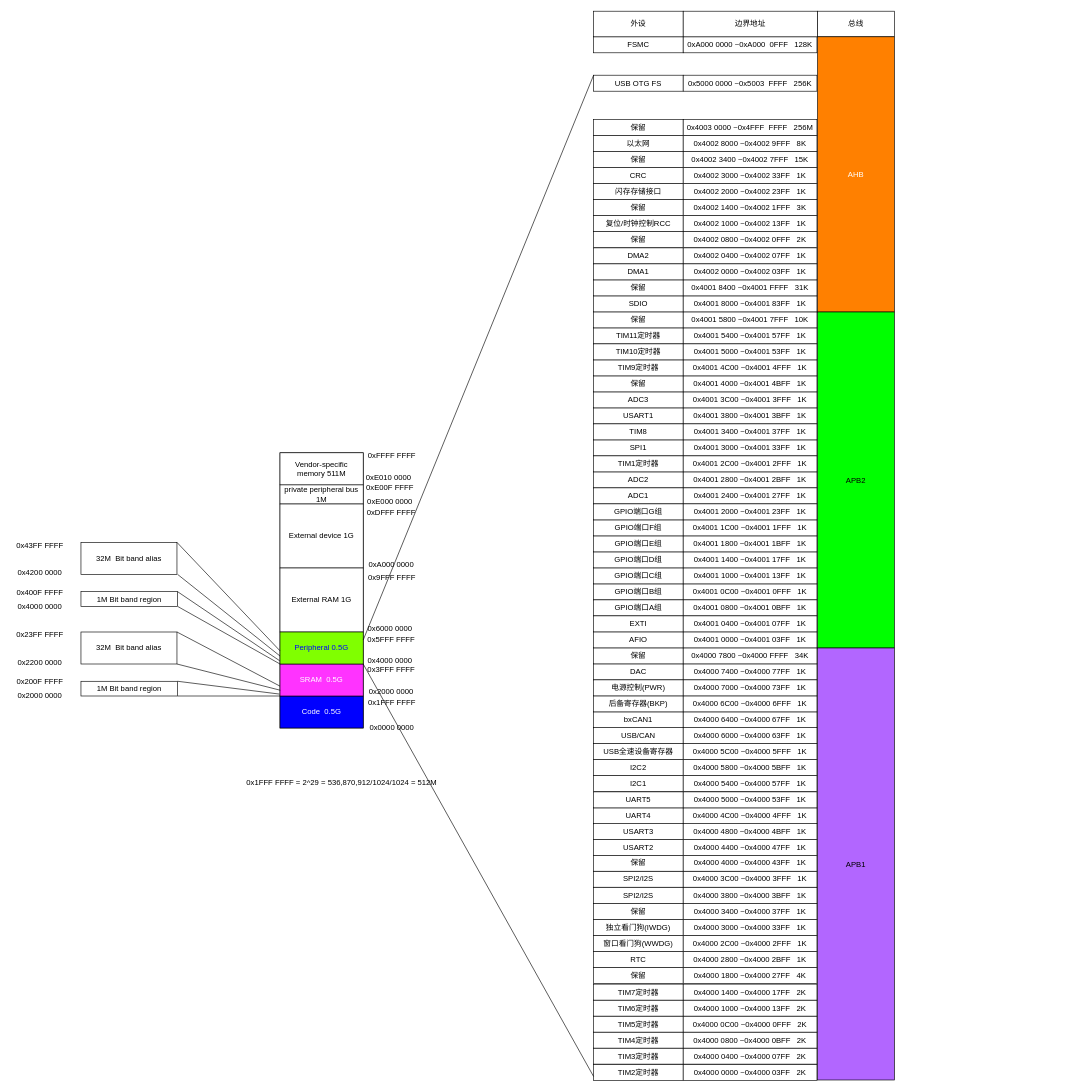
fengsh998/pics keeps this draw.io diagram as memory.drawio. Above is the earlier version. Source tidied: cells renumbered, new cells numbered last; positions are measured from the earlier drawing's top-left corner, leaving out a move shared by most shapes. Both pictures are drawn from the tidied source at 64%, with x=0, y=0 at pixel (11, 11).
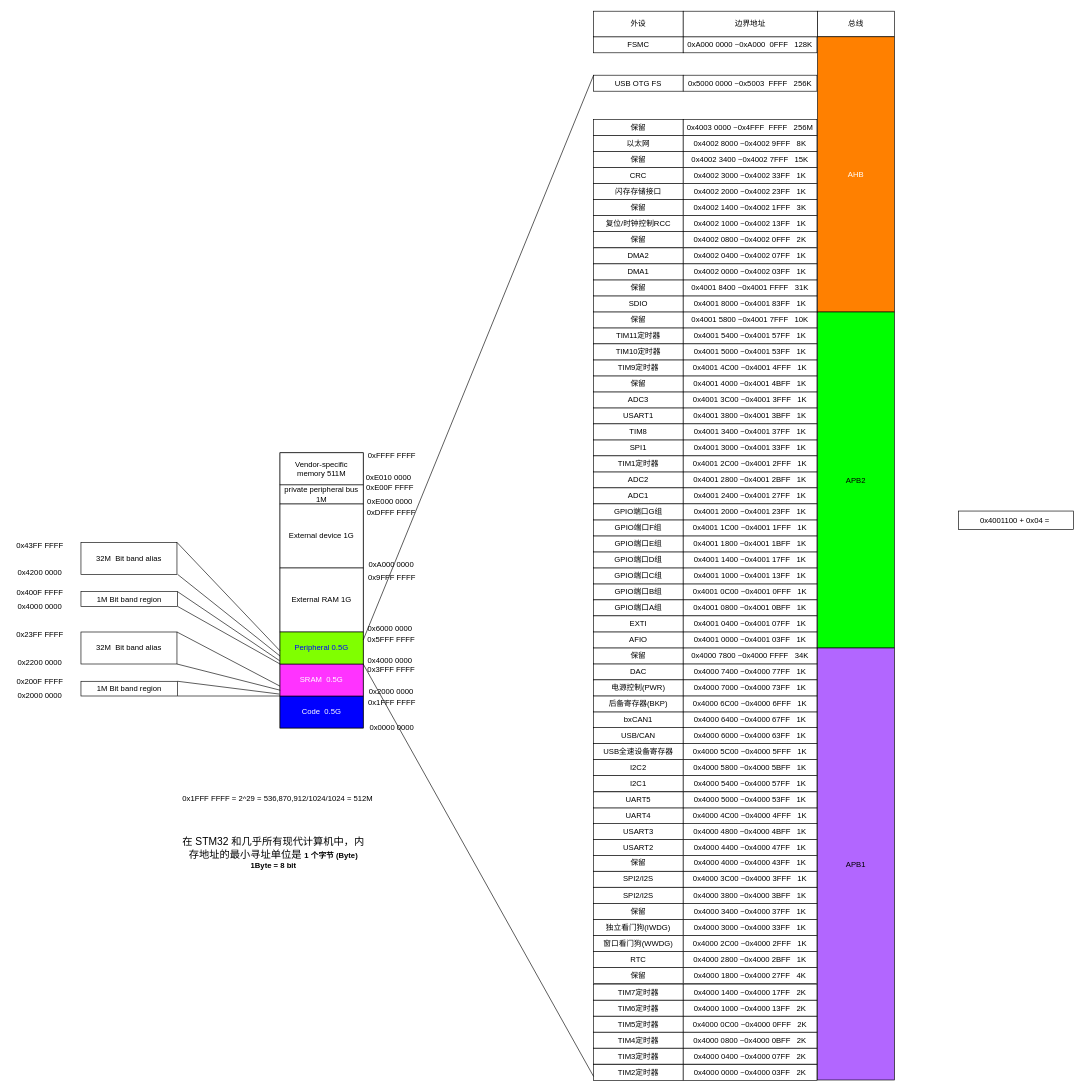
The same diagram, later.

Change to the diagram source:
```diff
@@
     <mxCell id="10" value="0x1FFF FFFF = 2^29 = 536,870,912/1024/1024 = 512M &amp;nbsp;" style="text;html=1;whiteSpace=wrap;strokeColor=none;fillColor=none;align=center;verticalAlign=middle;rounded=0;" parent="1" vertex="1">
-      <mxGeometry x="350" y="1190" width="340" height="30" as="geometry" />
+      <mxGeometry x="250" y="1214.8" width="340" height="30" as="geometry" />
     </mxCell>
@@
+    <mxCell id="177" value="&lt;span style=&quot;text-align: start; font-size: medium;&quot;&gt;在 STM32 和几乎所有现代计算机中，内存地址的最小寻址单位是&amp;nbsp;&lt;/span&gt;&lt;b style=&quot;text-align: start;&quot;&gt;1 个字节 (Byte)&lt;/b&gt;&lt;div&gt;&lt;b style=&quot;text-align: start;&quot;&gt;1Byte = 8 bit&lt;/b&gt;&lt;/div&gt;" style="text;html=1;whiteSpace=wrap;strokeColor=none;fillColor=none;align=center;verticalAlign=middle;rounded=0;" parent="1" vertex="1">
+      <mxGeometry x="260" y="1280" width="300" height="70" as="geometry" />
+    </mxCell>
+    <mxCell id="178" value="0x4001100 + 0x04 =&amp;nbsp;" style="rounded=0;whiteSpace=wrap;html=1;" parent="1" vertex="1">
+      <mxGeometry x="1480" y="781" width="180" height="29" as="geometry" />
+    </mxCell>
```
